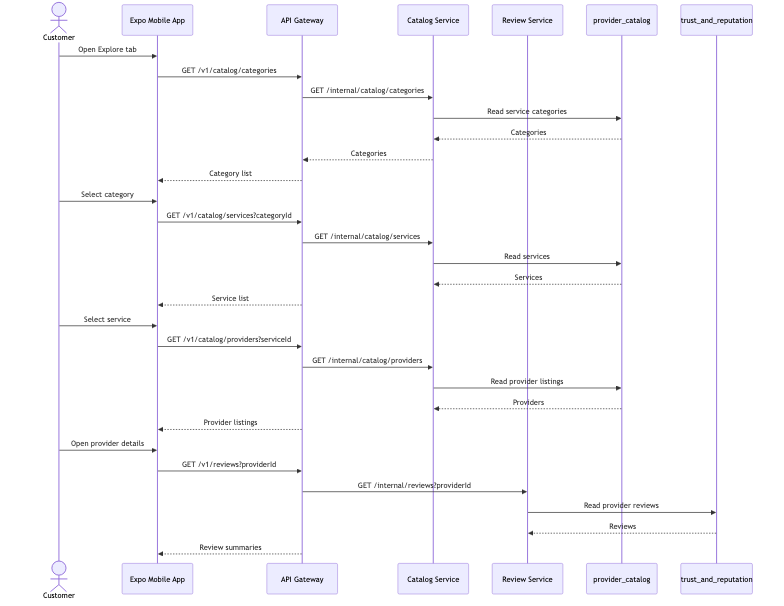
Above: docs/diagrams/exports/png/11-catalog-browse-sequence.png in shmce/servease-locked-in (Mermaid), before the change. Its source is kept beside it as docs/diagrams/source/11-catalog-browse-sequence.mmd. Source of this version:
```mermaid
sequenceDiagram
  actor Customer
  participant Mobile as Expo Mobile App
  participant Gateway as API Gateway
  participant CatalogService as Catalog Service
  participant ReviewService as Review Service
  participant CatalogDb as provider_catalog
  participant ReviewDb as trust_and_reputation

  Customer->>Mobile: Open Explore tab
  Mobile->>Gateway: GET /v1/catalog/categories
  Gateway->>CatalogService: GET /internal/catalog/categories
  CatalogService->>CatalogDb: Read service categories
  CatalogDb-->>CatalogService: Categories
  CatalogService-->>Gateway: Categories
  Gateway-->>Mobile: Category list

  Customer->>Mobile: Select category
  Mobile->>Gateway: GET /v1/catalog/services?categoryId
  Gateway->>CatalogService: GET /internal/catalog/services
  CatalogService->>CatalogDb: Read services
  CatalogDb-->>CatalogService: Services
  Gateway-->>Mobile: Service list

  Customer->>Mobile: Select service
  Mobile->>Gateway: GET /v1/catalog/providers?serviceId
  Gateway->>CatalogService: GET /internal/catalog/providers
  CatalogService->>CatalogDb: Read provider listings
  CatalogDb-->>CatalogService: Providers
  Gateway-->>Mobile: Provider listings

  Customer->>Mobile: Open provider details
  Mobile->>Gateway: GET /v1/reviews?providerId
  Gateway->>ReviewService: GET /internal/reviews?providerId
  ReviewService->>ReviewDb: Read provider reviews
  ReviewDb-->>ReviewService: Reviews
  Gateway-->>Mobile: Review summaries
```
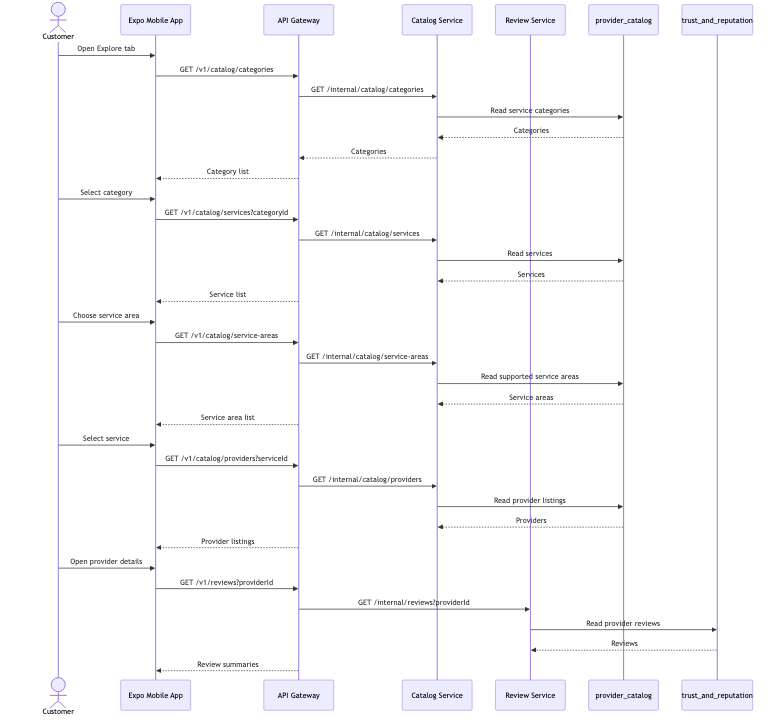
After the change.

What changed in the source:
```diff
@@ -22,6 +22,13 @@
   CatalogDb-->>CatalogService: Services
   Gateway-->>Mobile: Service list
 
+  Customer->>Mobile: Choose service area
+  Mobile->>Gateway: GET /v1/catalog/service-areas
+  Gateway->>CatalogService: GET /internal/catalog/service-areas
+  CatalogService->>CatalogDb: Read supported service areas
+  CatalogDb-->>CatalogService: Service areas
+  Gateway-->>Mobile: Service area list
+
   Customer->>Mobile: Select service
   Mobile->>Gateway: GET /v1/catalog/providers?serviceId
   Gateway->>CatalogService: GET /internal/catalog/providers
```
